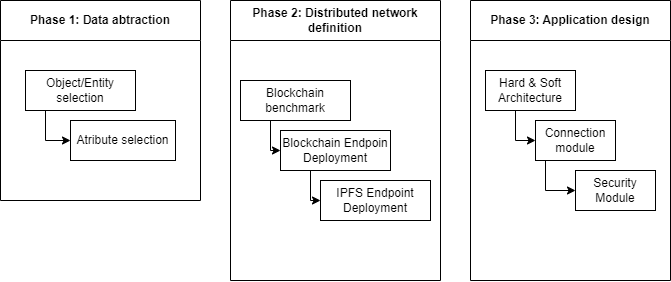
Earlier version of the draw.io export docs/framework-conceptualization.png (RenzoDD/digi-ticket). Source tidied: cells renumbered, new cells last; positions are measured from the earlier drawing's top-left corner, leaving out a move shared by most shapes. Source of this version:
```xml
<mxGraphModel>
  <root>
    <mxCell id="0" />
    <mxCell id="1" parent="0" />
    <mxCell id="2" value="Phase 1: Data abtraction" style="swimlane;whiteSpace=wrap;html=1;startSize=40;rounded=0;glass=0;shadow=0;swimlaneFillColor=default;" parent="1" vertex="1">
      <mxGeometry width="200" height="200" as="geometry" />
    </mxCell>
    <mxCell id="3" style="edgeStyle=orthogonalEdgeStyle;rounded=0;jettySize=auto;html=1;exitX=0.25;exitY=1;exitDx=0;exitDy=0;entryX=0;entryY=0.5;entryDx=0;entryDy=0;" parent="2" edge="1" source="4" target="5">
      <mxGeometry relative="1" as="geometry">
        <Array as="points">
          <mxPoint x="45" y="110" />
          <mxPoint x="45" y="140" />
        </Array>
      </mxGeometry>
    </mxCell>
    <mxCell id="4" value="Object/Entity selection" style="rounded=0;whiteSpace=wrap;html=1;" parent="2" vertex="1">
      <mxGeometry x="25" y="70" width="110" height="40" as="geometry" />
    </mxCell>
    <mxCell id="5" value="Atribute selection" style="rounded=0;whiteSpace=wrap;html=1;" parent="2" vertex="1">
      <mxGeometry x="70" y="120" width="105" height="40" as="geometry" />
    </mxCell>
    <mxCell id="6" value="Phase 2: Distributed network definition" style="swimlane;whiteSpace=wrap;html=1;startSize=40;swimlaneFillColor=default;" parent="1" vertex="1">
      <mxGeometry x="230" width="210" height="280" as="geometry" />
    </mxCell>
    <mxCell id="7" style="edgeStyle=orthogonalEdgeStyle;rounded=0;jettySize=auto;html=1;exitX=0.25;exitY=1;exitDx=0;exitDy=0;entryX=0;entryY=0.5;entryDx=0;entryDy=0;" parent="6" edge="1" source="8" target="9">
      <mxGeometry relative="1" as="geometry">
        <Array as="points">
          <mxPoint x="80" y="170" />
          <mxPoint x="80" y="200" />
        </Array>
      </mxGeometry>
    </mxCell>
    <mxCell id="8" value="Blockchain Endpoin Deployment" style="rounded=0;whiteSpace=wrap;html=1;" parent="6" vertex="1">
      <mxGeometry x="50" y="130" width="110" height="40" as="geometry" />
    </mxCell>
    <mxCell id="9" value="IPFS Endpoint Deployment" style="rounded=0;whiteSpace=wrap;html=1;" parent="6" vertex="1">
      <mxGeometry x="90" y="180" width="110" height="40" as="geometry" />
    </mxCell>
    <mxCell id="10" style="edgeStyle=orthogonalEdgeStyle;rounded=0;jettySize=auto;html=1;exitX=0.25;exitY=1;exitDx=0;exitDy=0;entryX=0;entryY=0.5;entryDx=0;entryDy=0;" parent="6" edge="1" source="11" target="8">
      <mxGeometry relative="1" as="geometry">
        <Array as="points">
          <mxPoint x="40" y="120" />
          <mxPoint x="40" y="150" />
        </Array>
      </mxGeometry>
    </mxCell>
    <mxCell id="11" value="Blockchain benchmark" style="rounded=0;whiteSpace=wrap;html=1;" parent="6" vertex="1">
      <mxGeometry x="10" y="80" width="110" height="40" as="geometry" />
    </mxCell>
    <mxCell id="12" value="Phase 3: Application design" style="swimlane;whiteSpace=wrap;html=1;startSize=40;swimlaneFillColor=default;" parent="1" vertex="1">
      <mxGeometry x="470" width="200" height="280" as="geometry" />
    </mxCell>
    <mxCell id="13" style="edgeStyle=orthogonalEdgeStyle;rounded=0;jettySize=auto;html=1;exitX=0.25;exitY=1;exitDx=0;exitDy=0;entryX=0;entryY=0.5;entryDx=0;entryDy=0;" parent="12" edge="1" source="14" target="16">
      <mxGeometry relative="1" as="geometry">
        <Array as="points">
          <mxPoint x="45" y="110" />
          <mxPoint x="45" y="140" />
        </Array>
      </mxGeometry>
    </mxCell>
    <mxCell id="14" value="Hard &amp;amp; Soft&lt;br&gt;Architecture" style="rounded=0;whiteSpace=wrap;html=1;" parent="12" vertex="1">
      <mxGeometry x="15" y="70" width="90" height="40" as="geometry" />
    </mxCell>
    <mxCell id="15" style="edgeStyle=orthogonalEdgeStyle;rounded=0;jettySize=auto;html=1;exitX=0.25;exitY=1;exitDx=0;exitDy=0;entryX=0;entryY=0.5;entryDx=0;entryDy=0;" parent="12" edge="1" source="16" target="17">
      <mxGeometry relative="1" as="geometry">
        <Array as="points">
          <mxPoint x="75" y="160" />
          <mxPoint x="75" y="190" />
        </Array>
      </mxGeometry>
    </mxCell>
    <mxCell id="16" value="Connection module" style="rounded=0;whiteSpace=wrap;html=1;" parent="12" vertex="1">
      <mxGeometry x="65" y="120" width="80" height="40" as="geometry" />
    </mxCell>
    <mxCell id="17" value="Security Module" style="rounded=0;whiteSpace=wrap;html=1;" parent="12" vertex="1">
      <mxGeometry x="105" y="170" width="80" height="40" as="geometry" />
    </mxCell>
  </root>
</mxGraphModel>
```
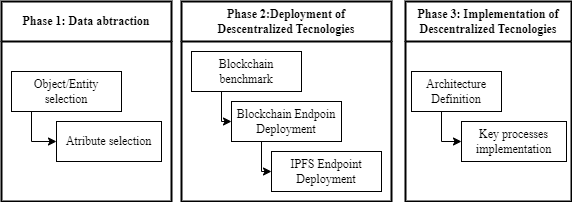
The same diagram one commit later.

What changed in the source:
```diff
@@ -2,78 +2,67 @@
   <root>
     <mxCell id="0" />
     <mxCell id="1" parent="0" />
-    <mxCell id="2" value="Phase 1: Data abtraction" style="swimlane;whiteSpace=wrap;html=1;startSize=40;rounded=0;glass=0;shadow=0;swimlaneFillColor=default;" parent="1" vertex="1">
-      <mxGeometry width="200" height="200" as="geometry" />
+    <mxCell id="2" value="Phase 1: Data abtraction" style="swimlane;whiteSpace=wrap;html=1;startSize=40;rounded=0;glass=0;shadow=0;swimlaneFillColor=default;strokeWidth=2;fontFamily=Times New Roman;" parent="1" vertex="1">
+      <mxGeometry x="140" y="110" width="170" height="200" as="geometry" />
     </mxCell>
-    <mxCell id="3" style="edgeStyle=orthogonalEdgeStyle;rounded=0;jettySize=auto;html=1;exitX=0.25;exitY=1;exitDx=0;exitDy=0;entryX=0;entryY=0.5;entryDx=0;entryDy=0;" parent="2" edge="1" source="4" target="5">
+    <mxCell id="3" style="edgeStyle=orthogonalEdgeStyle;rounded=0;jettySize=auto;html=1;exitX=0.25;exitY=1;exitDx=0;exitDy=0;entryX=0;entryY=0.5;entryDx=0;entryDy=0;fontFamily=Times New Roman;" parent="2" edge="1" source="4" target="5">
       <mxGeometry relative="1" as="geometry">
         <Array as="points">
-          <mxPoint x="45" y="110" />
-          <mxPoint x="45" y="140" />
+          <mxPoint x="30" y="110" />
+          <mxPoint x="30" y="140" />
         </Array>
       </mxGeometry>
     </mxCell>
-    <mxCell id="4" value="Object/Entity selection" style="rounded=0;whiteSpace=wrap;html=1;" parent="2" vertex="1">
-      <mxGeometry x="25" y="70" width="110" height="40" as="geometry" />
+    <mxCell id="4" value="Object/Entity selection" style="rounded=0;whiteSpace=wrap;html=1;fontFamily=Times New Roman;" parent="2" vertex="1">
+      <mxGeometry x="10" y="70" width="110" height="40" as="geometry" />
     </mxCell>
-    <mxCell id="5" value="Atribute selection" style="rounded=0;whiteSpace=wrap;html=1;" parent="2" vertex="1">
-      <mxGeometry x="70" y="120" width="105" height="40" as="geometry" />
+    <mxCell id="5" value="Atribute selection" style="rounded=0;whiteSpace=wrap;html=1;fontFamily=Times New Roman;" parent="2" vertex="1">
+      <mxGeometry x="55" y="120" width="105" height="40" as="geometry" />
     </mxCell>
-    <mxCell id="6" value="Phase 2: Distributed network definition" style="swimlane;whiteSpace=wrap;html=1;startSize=40;swimlaneFillColor=default;" parent="1" vertex="1">
-      <mxGeometry x="230" width="210" height="280" as="geometry" />
+    <mxCell id="6" value="Phase 2:Deployment of&lt;br&gt;Descentralized Tecnologies" style="swimlane;whiteSpace=wrap;html=1;startSize=40;swimlaneFillColor=default;strokeWidth=2;fontFamily=Times New Roman;" parent="1" vertex="1">
+      <mxGeometry x="320" y="110" width="210" height="200" as="geometry" />
     </mxCell>
-    <mxCell id="7" style="edgeStyle=orthogonalEdgeStyle;rounded=0;jettySize=auto;html=1;exitX=0.25;exitY=1;exitDx=0;exitDy=0;entryX=0;entryY=0.5;entryDx=0;entryDy=0;" parent="6" edge="1" source="8" target="9">
+    <mxCell id="7" style="edgeStyle=orthogonalEdgeStyle;rounded=0;jettySize=auto;html=1;exitX=0.25;exitY=1;exitDx=0;exitDy=0;entryX=0;entryY=0.5;entryDx=0;entryDy=0;fontFamily=Times New Roman;" parent="6" edge="1" source="8" target="9">
       <mxGeometry relative="1" as="geometry">
         <Array as="points">
+          <mxPoint x="80" y="140" />
           <mxPoint x="80" y="170" />
-          <mxPoint x="80" y="200" />
         </Array>
       </mxGeometry>
     </mxCell>
-    <mxCell id="8" value="Blockchain Endpoin Deployment" style="rounded=0;whiteSpace=wrap;html=1;" parent="6" vertex="1">
-      <mxGeometry x="50" y="130" width="110" height="40" as="geometry" />
+    <mxCell id="8" value="Blockchain Endpoin Deployment" style="rounded=0;whiteSpace=wrap;html=1;fontFamily=Times New Roman;" parent="6" vertex="1">
+      <mxGeometry x="50" y="100" width="110" height="40" as="geometry" />
     </mxCell>
-    <mxCell id="9" value="IPFS Endpoint Deployment" style="rounded=0;whiteSpace=wrap;html=1;" parent="6" vertex="1">
-      <mxGeometry x="90" y="180" width="110" height="40" as="geometry" />
+    <mxCell id="9" value="IPFS Endpoint Deployment" style="rounded=0;whiteSpace=wrap;html=1;fontFamily=Times New Roman;" parent="6" vertex="1">
+      <mxGeometry x="90" y="150" width="110" height="40" as="geometry" />
     </mxCell>
-    <mxCell id="10" style="edgeStyle=orthogonalEdgeStyle;rounded=0;jettySize=auto;html=1;exitX=0.25;exitY=1;exitDx=0;exitDy=0;entryX=0;entryY=0.5;entryDx=0;entryDy=0;" parent="6" edge="1" source="11" target="8">
+    <mxCell id="10" style="edgeStyle=orthogonalEdgeStyle;rounded=0;jettySize=auto;html=1;exitX=0.25;exitY=1;exitDx=0;exitDy=0;entryX=0;entryY=0.5;entryDx=0;entryDy=0;fontFamily=Times New Roman;" parent="6" edge="1" source="11" target="8">
       <mxGeometry relative="1" as="geometry">
         <Array as="points">
+          <mxPoint x="40" y="90" />
           <mxPoint x="40" y="120" />
-          <mxPoint x="40" y="150" />
         </Array>
       </mxGeometry>
     </mxCell>
-    <mxCell id="11" value="Blockchain benchmark" style="rounded=0;whiteSpace=wrap;html=1;" parent="6" vertex="1">
-      <mxGeometry x="10" y="80" width="110" height="40" as="geometry" />
+    <mxCell id="11" value="Blockchain benchmark" style="rounded=0;whiteSpace=wrap;html=1;fontFamily=Times New Roman;" parent="6" vertex="1">
+      <mxGeometry x="10" y="50" width="110" height="40" as="geometry" />
     </mxCell>
-    <mxCell id="12" value="Phase 3: Application design" style="swimlane;whiteSpace=wrap;html=1;startSize=40;swimlaneFillColor=default;" parent="1" vertex="1">
-      <mxGeometry x="470" width="200" height="280" as="geometry" />
+    <mxCell id="12" value="Phase 3: Implementation of Descentralized Tecnologies" style="swimlane;whiteSpace=wrap;html=1;startSize=40;swimlaneFillColor=default;strokeWidth=2;fontFamily=Times New Roman;" parent="1" vertex="1">
+      <mxGeometry x="544" y="110" width="166" height="200" as="geometry" />
     </mxCell>
-    <mxCell id="13" style="edgeStyle=orthogonalEdgeStyle;rounded=0;jettySize=auto;html=1;exitX=0.25;exitY=1;exitDx=0;exitDy=0;entryX=0;entryY=0.5;entryDx=0;entryDy=0;" parent="12" edge="1" source="14" target="16">
+    <mxCell id="13" style="edgeStyle=orthogonalEdgeStyle;rounded=0;jettySize=auto;html=1;exitX=0.25;exitY=1;exitDx=0;exitDy=0;entryX=0;entryY=0.5;entryDx=0;entryDy=0;fontFamily=Times New Roman;" parent="12" edge="1" source="14" target="16">
       <mxGeometry relative="1" as="geometry">
         <Array as="points">
-          <mxPoint x="45" y="110" />
-          <mxPoint x="45" y="140" />
+          <mxPoint x="36" y="110" />
+          <mxPoint x="36" y="140" />
         </Array>
       </mxGeometry>
     </mxCell>
-    <mxCell id="14" value="Hard &amp;amp; Soft&lt;br&gt;Architecture" style="rounded=0;whiteSpace=wrap;html=1;" parent="12" vertex="1">
-      <mxGeometry x="15" y="70" width="90" height="40" as="geometry" />
+    <mxCell id="14" value="Architecture Definition" style="rounded=0;whiteSpace=wrap;html=1;fontFamily=Times New Roman;" parent="12" vertex="1">
+      <mxGeometry x="6" y="70" width="90" height="40" as="geometry" />
     </mxCell>
-    <mxCell id="15" style="edgeStyle=orthogonalEdgeStyle;rounded=0;jettySize=auto;html=1;exitX=0.25;exitY=1;exitDx=0;exitDy=0;entryX=0;entryY=0.5;entryDx=0;entryDy=0;" parent="12" edge="1" source="16" target="17">
-      <mxGeometry relative="1" as="geometry">
-        <Array as="points">
-          <mxPoint x="75" y="160" />
-          <mxPoint x="75" y="190" />
-        </Array>
-      </mxGeometry>
-    </mxCell>
-    <mxCell id="16" value="Connection module" style="rounded=0;whiteSpace=wrap;html=1;" parent="12" vertex="1">
-      <mxGeometry x="65" y="120" width="80" height="40" as="geometry" />
+    <mxCell id="16" value="Key processes&lt;br&gt;implementation" style="rounded=0;whiteSpace=wrap;html=1;fontFamily=Times New Roman;" parent="12" vertex="1">
+      <mxGeometry x="56" y="120" width="105" height="40" as="geometry" />
     </mxCell>
-    <mxCell id="17" value="Security Module" style="rounded=0;whiteSpace=wrap;html=1;" parent="12" vertex="1">
-      <mxGeometry x="105" y="170" width="80" height="40" as="geometry" />
-    </mxCell>
   </root>
 </mxGraphModel>
```
